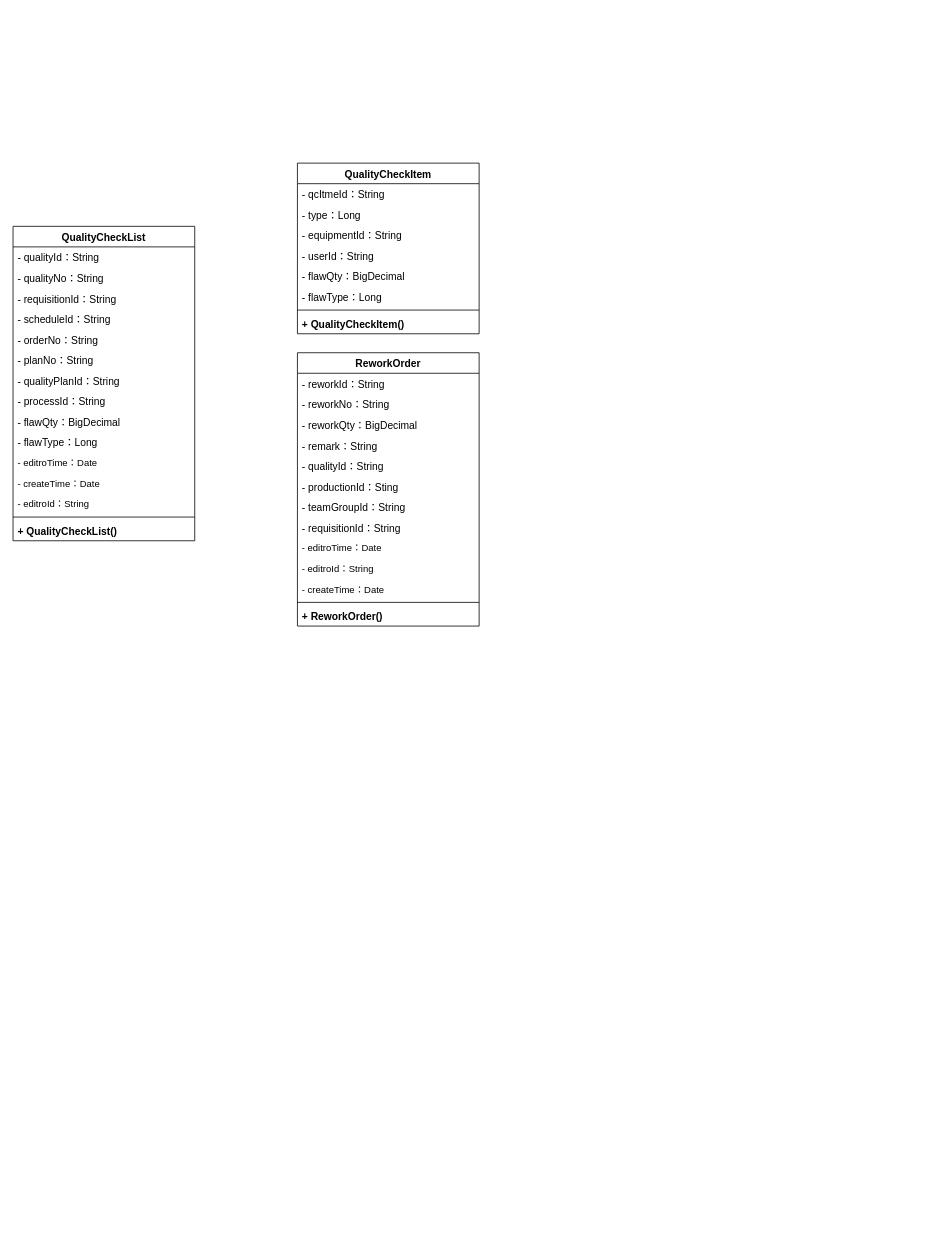
KNAI-I/test keeps this draw.io diagram as page "质检单" (2 of 4) of 类图.drawio. Above is the earlier version. Source tidied: cells renumbered, new cells numbered last; positions are measured from the earlier drawing's top-left corner, leaving out a move shared by most shapes. Both pictures are drawn from the tidied source at 79%, with x=0, y=0 at pixel (13, 163).
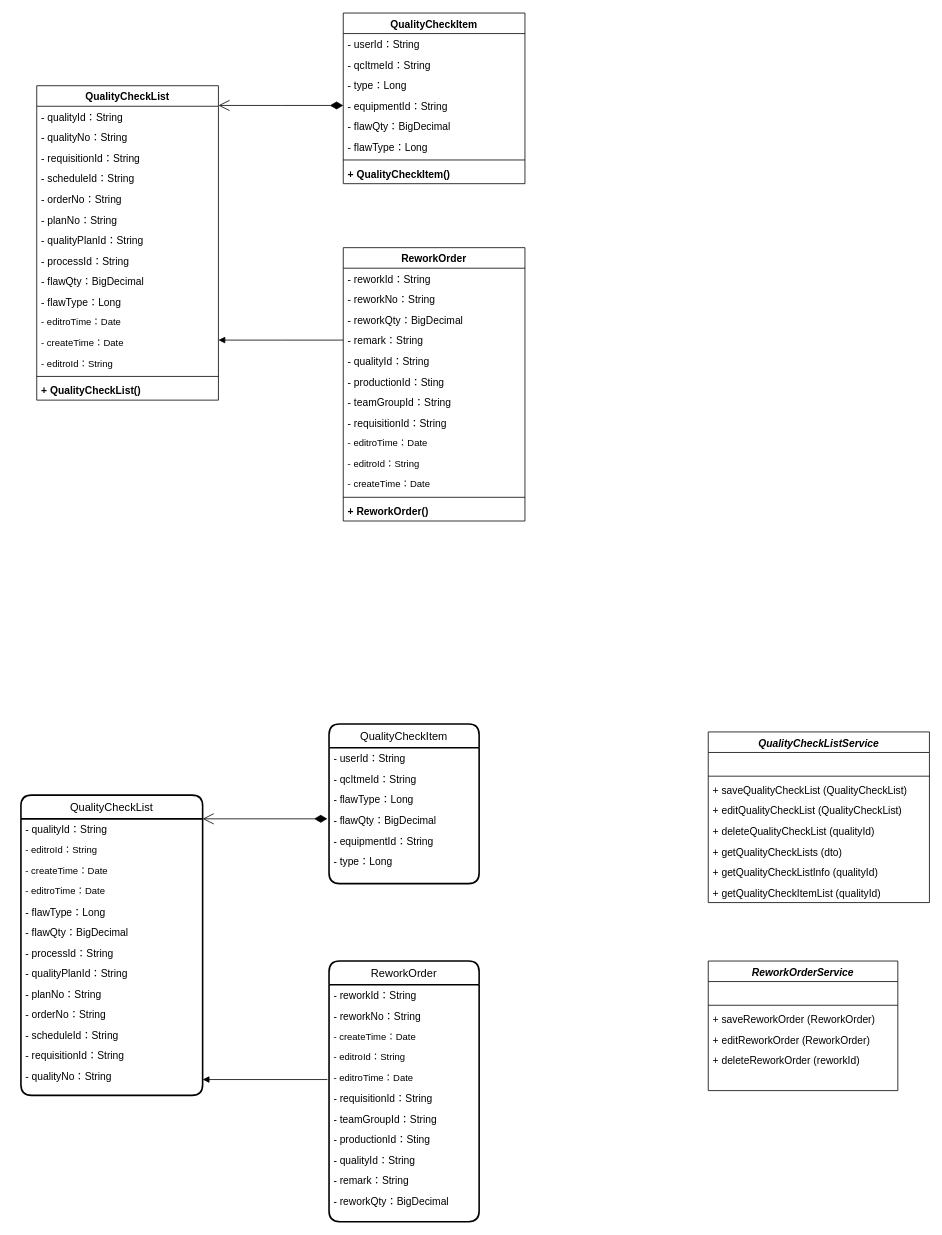
The same page after the edit.

Unchanged cells that the change refers to:
```xml
<mxCell id="31" value="- remark：String" style="text;strokeColor=none;fillColor=none;align=left;verticalAlign=top;spacingLeft=4;spacingRight=4;overflow=hidden;points=[[0,0.5],[1,0.5]];portConstraint=eastwest;fontSize=13;" parent="27" vertex="1">
  <mxGeometry y="104" width="230" height="26" as="geometry" />
</mxCell>
```

Change to the diagram source:
```diff
@@
     <mxCell id="2" value="QualityCheckList" style="swimlane;fontStyle=1;align=center;verticalAlign=top;horizontal=1;startSize=26;fontSize=13;" parent="1" vertex="1">
-      <mxGeometry y="80" width="230" height="398" as="geometry" />
+      <mxGeometry x="30" y="-98" width="230" height="398" as="geometry" />
     </mxCell>
@@
     <mxCell id="18" value="QualityCheckItem" style="swimlane;fontStyle=1;align=center;verticalAlign=top;horizontal=1;startSize=26;fontSize=13;" parent="1" vertex="1">
-      <mxGeometry x="360" width="230" height="216" as="geometry" />
+      <mxGeometry x="418" y="-190" width="230" height="216" as="geometry" />
     </mxCell>
+    <mxCell id="22" value="- userId：String" style="text;strokeColor=none;fillColor=none;align=left;verticalAlign=top;spacingLeft=4;spacingRight=4;overflow=hidden;fontSize=13;" parent="18" vertex="1">
+      <mxGeometry y="26" width="230" height="26" as="geometry" />
+    </mxCell>
     <mxCell id="19" value="- qcItmeId：String" style="text;strokeColor=none;fillColor=none;align=left;verticalAlign=top;spacingLeft=4;spacingRight=4;overflow=hidden;fontSize=13;" parent="18" vertex="1">
-      <mxGeometry y="26" width="230" height="26" as="geometry" />
+      <mxGeometry y="52" width="230" height="26" as="geometry" />
     </mxCell>
     <mxCell id="20" value="- type：Long" style="text;strokeColor=none;fillColor=none;align=left;verticalAlign=top;spacingLeft=4;spacingRight=4;overflow=hidden;fontSize=13;" parent="18" vertex="1">
-      <mxGeometry y="52" width="230" height="26" as="geometry" />
+      <mxGeometry y="78" width="230" height="26" as="geometry" />
     </mxCell>
     <mxCell id="21" value="- equipmentId：String" style="text;strokeColor=none;fillColor=none;align=left;verticalAlign=top;spacingLeft=4;spacingRight=4;overflow=hidden;points=[[0,0.5],[1,0.5]];portConstraint=eastwest;fontSize=13;" parent="18" vertex="1">
-      <mxGeometry y="78" width="230" height="26" as="geometry" />
+      <mxGeometry y="104" width="230" height="26" as="geometry" />
     </mxCell>
-    <mxCell id="22" value="- userId：String" style="text;strokeColor=none;fillColor=none;align=left;verticalAlign=top;spacingLeft=4;spacingRight=4;overflow=hidden;fontSize=13;" parent="18" vertex="1">
-      <mxGeometry y="104" width="230" height="26" as="geometry" />
-    </mxCell>
@@
     <mxCell id="27" value="ReworkOrder" style="swimlane;fontStyle=1;align=center;verticalAlign=top;horizontal=1;startSize=26;fontSize=13;" parent="1" vertex="1">
-      <mxGeometry x="360" y="240" width="230" height="346" as="geometry" />
+      <mxGeometry x="418" y="107" width="230" height="346" as="geometry" />
     </mxCell>
@@
+    <mxCell id="41" style="endArrow=open;html=1;endSize=12;startArrow=diamondThin;startSize=14;startFill=1;edgeStyle=orthogonalEdgeStyle;align=left;verticalAlign=bottom;rounded=0;fontSize=13;" parent="1" edge="1" source="21">
+      <mxGeometry x="-0.77" y="-10" relative="1" as="geometry">
+        <mxPoint x="260" y="-73" as="targetPoint" />
+      </mxGeometry>
+    </mxCell>
+    <mxCell id="42" style="endArrow=block;endFill=1;html=1;edgeStyle=orthogonalEdgeStyle;align=left;verticalAlign=top;rounded=0;fontSize=13;entryX=1;entryY=0.5;entryDx=0;entryDy=0;exitX=0;exitY=0.5;exitDx=0;exitDy=0;" parent="1" edge="1" source="31">
+      <mxGeometry x="-1" relative="1" as="geometry">
+        <mxPoint x="260" y="224" as="targetPoint" />
+      </mxGeometry>
+    </mxCell>
+    <mxCell id="43" value="QualityCheckListService" style="swimlane;fontStyle=3;align=center;verticalAlign=top;horizontal=1;startSize=26;fontSize=13;" parent="1" vertex="1">
+      <mxGeometry x="880" y="720" width="280" height="216" as="geometry" />
+    </mxCell>
+    <mxCell id="44" value=" " style="text;strokeColor=none;fillColor=none;align=left;verticalAlign=top;spacingLeft=4;spacingRight=4;overflow=hidden;fontSize=13;" parent="43" vertex="1">
+      <mxGeometry y="26" width="280" height="26" as="geometry" />
+    </mxCell>
+    <mxCell id="45" style="line;strokeWidth=1;fillColor=none;align=left;verticalAlign=middle;spacingTop=-1;spacingLeft=3;spacingRight=3;labelPosition=right;fontSize=13;" parent="43" vertex="1">
+      <mxGeometry y="52" width="280" height="8" as="geometry" />
+    </mxCell>
+    <mxCell id="46" value="+ saveQualityCheckList (QualityCheckList)" style="text;strokeColor=none;fillColor=none;align=left;verticalAlign=top;spacingLeft=4;spacingRight=4;overflow=hidden;fontSize=13;" parent="43" vertex="1">
+      <mxGeometry y="60" width="280" height="26" as="geometry" />
+    </mxCell>
+    <mxCell id="47" value="+ editQualityCheckList (QualityCheckList)" style="text;strokeColor=none;fillColor=none;align=left;verticalAlign=top;spacingLeft=4;spacingRight=4;overflow=hidden;fontSize=13;" parent="43" vertex="1">
+      <mxGeometry y="86" width="280" height="26" as="geometry" />
+    </mxCell>
+    <mxCell id="48" value="+ deleteQualityCheckList (qualityId)" style="text;strokeColor=none;fillColor=none;align=left;verticalAlign=top;spacingLeft=4;spacingRight=4;overflow=hidden;fontSize=13;" parent="43" vertex="1">
+      <mxGeometry y="112" width="280" height="26" as="geometry" />
+    </mxCell>
+    <mxCell id="49" value="+ getQualityCheckLists (dto)" style="text;strokeColor=none;fillColor=none;align=left;verticalAlign=top;spacingLeft=4;spacingRight=4;overflow=hidden;fontSize=13;" parent="43" vertex="1">
+      <mxGeometry y="138" width="280" height="26" as="geometry" />
+    </mxCell>
+    <mxCell id="50" value="+ getQualityCheckListInfo (qualityId)" style="text;strokeColor=none;fillColor=none;align=left;verticalAlign=top;spacingLeft=4;spacingRight=4;overflow=hidden;fontSize=13;" parent="43" vertex="1">
+      <mxGeometry y="164" width="280" height="26" as="geometry" />
+    </mxCell>
+    <mxCell id="51" value="+ getQualityCheckItemList (qualityId)" style="text;strokeColor=none;fillColor=none;align=left;verticalAlign=top;spacingLeft=4;spacingRight=4;overflow=hidden;fontSize=13;" parent="43" vertex="1">
+      <mxGeometry y="190" width="280" height="26" as="geometry" />
+    </mxCell>
+    <mxCell id="52" value="ReworkOrderService" style="swimlane;fontStyle=3;align=center;verticalAlign=top;horizontal=1;startSize=26;fontSize=13;" parent="1" vertex="1">
+      <mxGeometry x="880" y="1010" width="240" height="164" as="geometry" />
+    </mxCell>
+    <mxCell id="53" value=" " style="text;strokeColor=none;fillColor=none;align=left;verticalAlign=top;spacingLeft=4;spacingRight=4;overflow=hidden;fontSize=13;" parent="52" vertex="1">
+      <mxGeometry y="26" width="240" height="26" as="geometry" />
+    </mxCell>
+    <mxCell id="54" style="line;strokeWidth=1;fillColor=none;align=left;verticalAlign=middle;spacingTop=-1;spacingLeft=3;spacingRight=3;labelPosition=right;fontSize=13;" parent="52" vertex="1">
+      <mxGeometry y="52" width="240" height="8" as="geometry" />
+    </mxCell>
+    <mxCell id="55" value="+ saveReworkOrder (ReworkOrder)" style="text;strokeColor=none;fillColor=none;align=left;verticalAlign=top;spacingLeft=4;spacingRight=4;overflow=hidden;fontSize=13;" parent="52" vertex="1">
+      <mxGeometry y="60" width="240" height="26" as="geometry" />
+    </mxCell>
+    <mxCell id="56" value="+ editReworkOrder (ReworkOrder)" style="text;strokeColor=none;fillColor=none;align=left;verticalAlign=top;spacingLeft=4;spacingRight=4;overflow=hidden;fontSize=13;" parent="52" vertex="1">
+      <mxGeometry y="86" width="240" height="26" as="geometry" />
+    </mxCell>
+    <mxCell id="57" value="+ deleteReworkOrder (reworkId)" style="text;strokeColor=none;fillColor=none;align=left;verticalAlign=top;spacingLeft=4;spacingRight=4;overflow=hidden;fontSize=13;" parent="52" vertex="1">
+      <mxGeometry y="112" width="240" height="26" as="geometry" />
+    </mxCell>
+    <mxCell id="58" style="text;strokeColor=none;fillColor=none;align=left;verticalAlign=top;spacingLeft=4;spacingRight=4;overflow=hidden;fontSize=13;" parent="52" vertex="1">
+      <mxGeometry y="138" width="240" height="26" as="geometry" />
+    </mxCell>
+    <mxCell id="59" value="QualityCheckList" style="swimlane;horizontal=1;startSize=30;rounded=1;fontSize=14;fontStyle=0;strokeWidth=2;shadow=0;dashed=0;align=center;" parent="1" vertex="1">
+      <mxGeometry x="10" y="800" width="230" height="380" as="geometry" />
+    </mxCell>
+    <mxCell id="60" value="- qualityId：String" style="text;strokeColor=none;fillColor=none;align=left;verticalAlign=top;spacingLeft=4;spacingRight=4;overflow=hidden;fontSize=13;" parent="59" vertex="1">
+      <mxGeometry y="30" width="230" height="26" as="geometry" />
+    </mxCell>
+    <mxCell id="61" value="- editroId：String" style="text;strokeColor=none;fillColor=none;align=left;verticalAlign=top;spacingLeft=4;spacingRight=4;overflow=hidden;" parent="59" vertex="1">
+      <mxGeometry y="56" width="230" height="26" as="geometry" />
+    </mxCell>
+    <mxCell id="62" value="- createTime：Date" style="text;strokeColor=none;fillColor=none;align=left;verticalAlign=top;spacingLeft=4;spacingRight=4;overflow=hidden;" parent="59" vertex="1">
+      <mxGeometry y="82" width="230" height="26" as="geometry" />
+    </mxCell>
+    <mxCell id="63" value="- editroTime：Date" style="text;strokeColor=none;fillColor=none;align=left;verticalAlign=top;spacingLeft=4;spacingRight=4;overflow=hidden;" parent="59" vertex="1">
+      <mxGeometry y="108" width="230" height="26" as="geometry" />
+    </mxCell>
+    <mxCell id="64" value="- flawType：Long" style="text;strokeColor=none;fillColor=none;align=left;verticalAlign=top;spacingLeft=4;spacingRight=4;overflow=hidden;fontSize=13;" parent="59" vertex="1">
+      <mxGeometry y="134" width="230" height="26" as="geometry" />
+    </mxCell>
+    <mxCell id="65" value="- flawQty：BigDecimal" style="text;strokeColor=none;fillColor=none;align=left;verticalAlign=top;spacingLeft=4;spacingRight=4;overflow=hidden;fontSize=13;" parent="59" vertex="1">
+      <mxGeometry y="160" width="230" height="26" as="geometry" />
+    </mxCell>
+    <mxCell id="66" value="- processId：String" style="text;strokeColor=none;fillColor=none;align=left;verticalAlign=top;spacingLeft=4;spacingRight=4;overflow=hidden;fontSize=13;" parent="59" vertex="1">
+      <mxGeometry y="186" width="230" height="26" as="geometry" />
+    </mxCell>
+    <mxCell id="67" value="- qualityPlanId：String" style="text;strokeColor=none;fillColor=none;align=left;verticalAlign=top;spacingLeft=4;spacingRight=4;overflow=hidden;fontSize=13;" parent="59" vertex="1">
+      <mxGeometry y="212" width="230" height="26" as="geometry" />
+    </mxCell>
+    <mxCell id="68" value="- planNo：String" style="text;strokeColor=none;fillColor=none;align=left;verticalAlign=top;spacingLeft=4;spacingRight=4;overflow=hidden;fontSize=13;" parent="59" vertex="1">
+      <mxGeometry y="238" width="230" height="26" as="geometry" />
+    </mxCell>
+    <mxCell id="69" value="- orderNo：String" style="text;strokeColor=none;fillColor=none;align=left;verticalAlign=top;spacingLeft=4;spacingRight=4;overflow=hidden;fontSize=13;" parent="59" vertex="1">
+      <mxGeometry y="264" width="230" height="26" as="geometry" />
+    </mxCell>
+    <mxCell id="70" value="- scheduleId：String" style="text;strokeColor=none;fillColor=none;align=left;verticalAlign=top;spacingLeft=4;spacingRight=4;overflow=hidden;fontSize=13;" parent="59" vertex="1">
+      <mxGeometry y="290" width="230" height="26" as="geometry" />
+    </mxCell>
+    <mxCell id="71" value="- requisitionId：String" style="text;strokeColor=none;fillColor=none;align=left;verticalAlign=top;spacingLeft=4;spacingRight=4;overflow=hidden;fontSize=13;" parent="59" vertex="1">
+      <mxGeometry y="316" width="230" height="26" as="geometry" />
+    </mxCell>
+    <mxCell id="72" value="- qualityNo：String" style="text;strokeColor=none;fillColor=none;align=left;verticalAlign=top;spacingLeft=4;spacingRight=4;overflow=hidden;fontSize=13;" parent="59" vertex="1">
+      <mxGeometry y="342" width="230" height="38" as="geometry" />
+    </mxCell>
+    <mxCell id="73" value="QualityCheckItem" style="swimlane;horizontal=1;startSize=30;rounded=1;fontSize=14;fontStyle=0;strokeWidth=2;shadow=0;dashed=0;align=center;" parent="1" vertex="1">
+      <mxGeometry x="400" y="710" width="190" height="202" as="geometry" />
+    </mxCell>
+    <mxCell id="74" value="- userId：String" style="text;strokeColor=none;fillColor=none;align=left;verticalAlign=top;spacingLeft=4;spacingRight=4;overflow=hidden;fontSize=13;" parent="73" vertex="1">
+      <mxGeometry y="30" width="190" height="26" as="geometry" />
+    </mxCell>
+    <mxCell id="75" value="- qcItmeId：String" style="text;strokeColor=none;fillColor=none;align=left;verticalAlign=top;spacingLeft=4;spacingRight=4;overflow=hidden;fontSize=13;" parent="73" vertex="1">
+      <mxGeometry y="56" width="190" height="26" as="geometry" />
+    </mxCell>
+    <mxCell id="76" value="- flawType：Long" style="text;strokeColor=none;fillColor=none;align=left;verticalAlign=top;spacingLeft=4;spacingRight=4;overflow=hidden;fontSize=13;" parent="73" vertex="1">
+      <mxGeometry y="82" width="190" height="26" as="geometry" />
+    </mxCell>
+    <mxCell id="77" value="- flawQty：BigDecimal" style="text;strokeColor=none;fillColor=none;align=left;verticalAlign=top;spacingLeft=4;spacingRight=4;overflow=hidden;fontSize=13;" parent="73" vertex="1">
+      <mxGeometry y="108" width="190" height="26" as="geometry" />
+    </mxCell>
+    <mxCell id="78" value="- equipmentId：String" style="text;strokeColor=none;fillColor=none;align=left;verticalAlign=top;spacingLeft=4;spacingRight=4;overflow=hidden;fontSize=13;" parent="73" vertex="1">
+      <mxGeometry y="134" width="190" height="26" as="geometry" />
+    </mxCell>
+    <mxCell id="79" value="- type：Long" style="text;strokeColor=none;fillColor=none;align=left;verticalAlign=top;spacingLeft=4;spacingRight=4;overflow=hidden;fontSize=13;" parent="73" vertex="1">
+      <mxGeometry y="160" width="190" height="42" as="geometry" />
+    </mxCell>
+    <mxCell id="80" value="ReworkOrder" style="swimlane;horizontal=1;startSize=30;rounded=1;fontSize=14;fontStyle=0;strokeWidth=2;shadow=0;dashed=0;align=center;" parent="1" vertex="1">
+      <mxGeometry x="400" y="1010" width="190" height="330" as="geometry" />
+    </mxCell>
+    <mxCell id="81" value="- reworkId：String" style="text;strokeColor=none;fillColor=none;align=left;verticalAlign=top;spacingLeft=4;spacingRight=4;overflow=hidden;fontSize=13;" parent="80" vertex="1">
+      <mxGeometry y="30" width="190" height="26" as="geometry" />
+    </mxCell>
+    <mxCell id="82" value="- reworkNo：String" style="text;strokeColor=none;fillColor=none;align=left;verticalAlign=top;spacingLeft=4;spacingRight=4;overflow=hidden;fontSize=13;" parent="80" vertex="1">
+      <mxGeometry y="56" width="190" height="26" as="geometry" />
+    </mxCell>
+    <mxCell id="83" value="- createTime：Date" style="text;strokeColor=none;fillColor=none;align=left;verticalAlign=top;spacingLeft=4;spacingRight=4;overflow=hidden;" parent="80" vertex="1">
+      <mxGeometry y="82" width="190" height="26" as="geometry" />
+    </mxCell>
+    <mxCell id="84" value="- editroId：String" style="text;strokeColor=none;fillColor=none;align=left;verticalAlign=top;spacingLeft=4;spacingRight=4;overflow=hidden;" parent="80" vertex="1">
+      <mxGeometry y="108" width="190" height="26" as="geometry" />
+    </mxCell>
+    <mxCell id="85" value="- editroTime：Date" style="text;strokeColor=none;fillColor=none;align=left;verticalAlign=top;spacingLeft=4;spacingRight=4;overflow=hidden;" parent="80" vertex="1">
+      <mxGeometry y="134" width="190" height="26" as="geometry" />
+    </mxCell>
+    <mxCell id="86" value="- requisitionId：String" style="text;strokeColor=none;fillColor=none;align=left;verticalAlign=top;spacingLeft=4;spacingRight=4;overflow=hidden;fontSize=13;" parent="80" vertex="1">
+      <mxGeometry y="160" width="190" height="26" as="geometry" />
+    </mxCell>
+    <mxCell id="87" value="- teamGroupId：String" style="text;strokeColor=none;fillColor=none;align=left;verticalAlign=top;spacingLeft=4;spacingRight=4;overflow=hidden;fontSize=13;" parent="80" vertex="1">
+      <mxGeometry y="186" width="190" height="26" as="geometry" />
+    </mxCell>
+    <mxCell id="88" value="- productionId：Sting" style="text;strokeColor=none;fillColor=none;align=left;verticalAlign=top;spacingLeft=4;spacingRight=4;overflow=hidden;fontSize=13;" parent="80" vertex="1">
+      <mxGeometry y="212" width="190" height="26" as="geometry" />
+    </mxCell>
+    <mxCell id="89" value="- qualityId：String" style="text;strokeColor=none;fillColor=none;align=left;verticalAlign=top;spacingLeft=4;spacingRight=4;overflow=hidden;fontSize=13;" parent="80" vertex="1">
+      <mxGeometry y="238" width="190" height="26" as="geometry" />
+    </mxCell>
+    <mxCell id="90" value="- remark：String" style="text;strokeColor=none;fillColor=none;align=left;verticalAlign=top;spacingLeft=4;spacingRight=4;overflow=hidden;fontSize=13;" parent="80" vertex="1">
+      <mxGeometry y="264" width="190" height="26" as="geometry" />
+    </mxCell>
+    <mxCell id="91" value="- reworkQty：BigDecimal" style="text;strokeColor=none;fillColor=none;align=left;verticalAlign=top;spacingLeft=4;spacingRight=4;overflow=hidden;fontSize=13;" parent="80" vertex="1">
+      <mxGeometry y="290" width="190" height="40" as="geometry" />
+    </mxCell>
+    <mxCell id="92" style="endArrow=open;html=1;endSize=12;startArrow=diamondThin;startSize=14;startFill=1;edgeStyle=orthogonalEdgeStyle;align=left;verticalAlign=bottom;rounded=0;fontSize=13;" parent="1" edge="1">
+      <mxGeometry x="-0.77" y="-10" relative="1" as="geometry">
+        <mxPoint x="398" y="830" as="sourcePoint" />
+        <mxPoint x="240" y="830" as="targetPoint" />
+      </mxGeometry>
+    </mxCell>
+    <mxCell id="93" style="endArrow=block;endFill=1;html=1;edgeStyle=orthogonalEdgeStyle;align=left;verticalAlign=top;rounded=0;fontSize=13;entryX=1;entryY=0.5;entryDx=0;entryDy=0;exitX=0;exitY=0.5;exitDx=0;exitDy=0;" parent="1" edge="1">
+      <mxGeometry x="-1" relative="1" as="geometry">
+        <mxPoint x="398" y="1160" as="sourcePoint" />
+        <mxPoint x="240" y="1160" as="targetPoint" />
+      </mxGeometry>
+    </mxCell>
```
